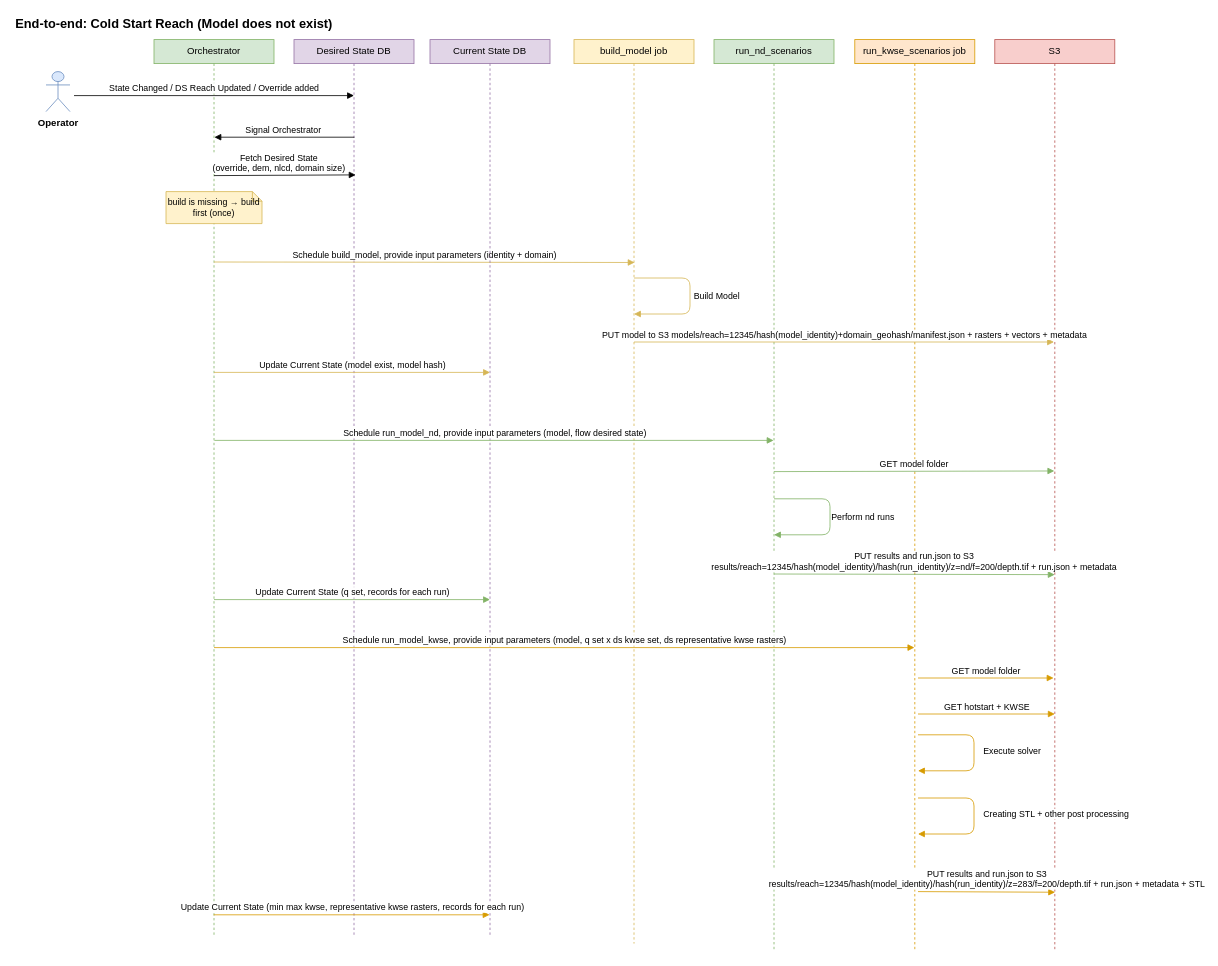
This is page "run-sequence" (3 of 3) of system-design/diagrams.drawio from NOAA-OWP/twod-fim-knowledge-base, a draw.io file, before an edit. Source tidied: cells renumbered, new cells numbered last; positions are measured from the earlier drawing's top-left corner, leaving out a move shared by most shapes. Both pictures are drawn from the tidied source at 80%, with x=0, y=0 at pixel (14, 14).
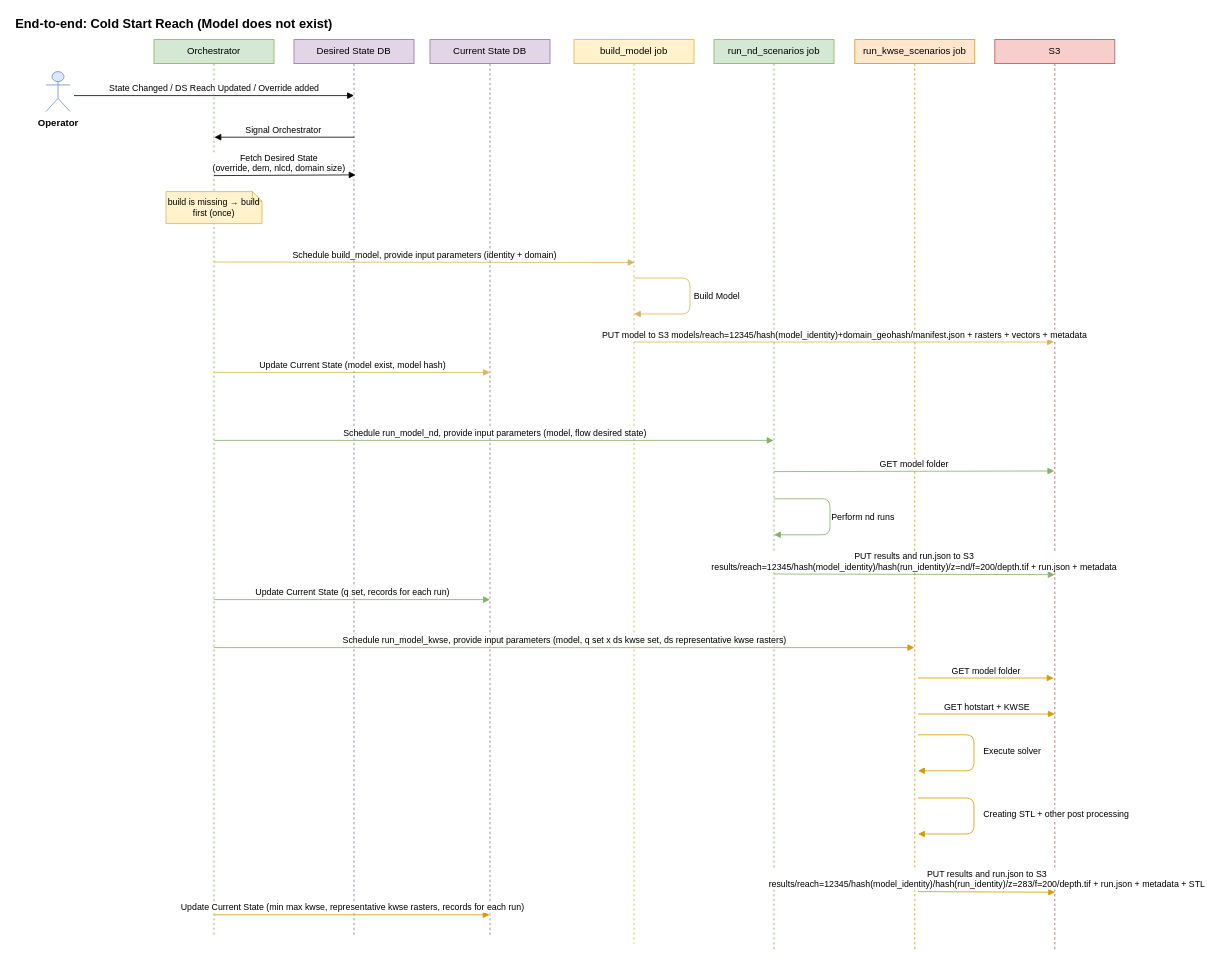
The same page after the edit.

Change to the diagram source:
```diff
@@
-    <mxCell id="6" value="run_nd_scenarios" style="shape=umlLifeline;perimeter=lifelinePerimeter;whiteSpace=wrap;html=1;size=30;fillColor=#d5e8d4;strokeColor=#82b366;" parent="1" vertex="1">
+    <mxCell id="6" value="run_nd_scenarios job" style="shape=umlLifeline;perimeter=lifelinePerimeter;whiteSpace=wrap;html=1;size=30;fillColor=#d5e8d4;strokeColor=#82b366;" parent="1" vertex="1">
       <mxGeometry x="875" y="32" width="150" height="1140" as="geometry" />
     </mxCell>
```
